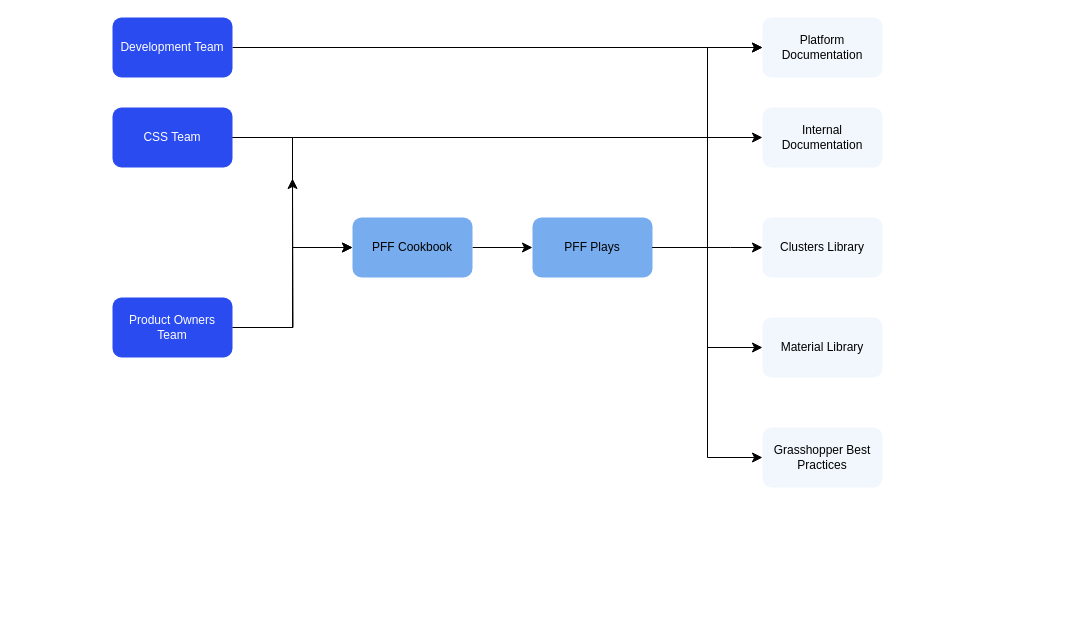
Above: Untitled Diagram.drawio in marcostolco/skills-resolve-merge-conflicts-marcos (draw.io), before the change. Source tidied: cells renumbered, new cells numbered last; positions are measured from the earlier drawing's top-left corner, leaving out a move shared by most shapes. Both pictures are drawn from the tidied source at 100%, with x=0, y=0 at pixel (112, 17).
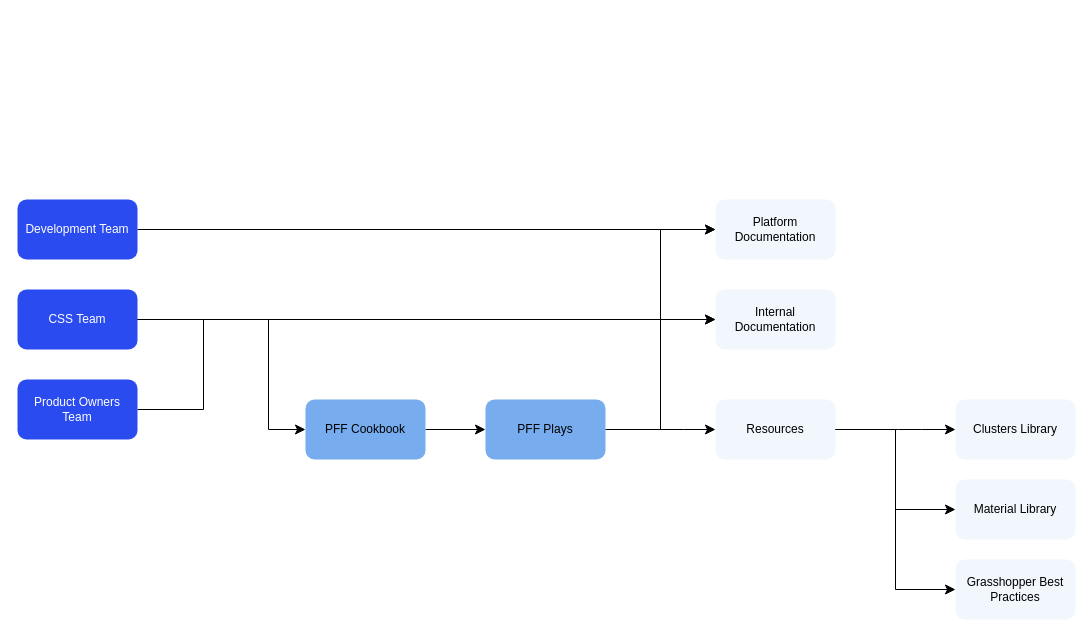
The same page after the edit.

Diff of the diagram source:
```diff
@@
-    <mxCell id="2" style="edgeStyle=orthogonalEdgeStyle;rounded=0;jettySize=auto;html=1;fontSize=12;startSize=8;endSize=8;exitX=1;exitY=0.5;exitDx=0;exitDy=0;entryX=0;entryY=0.5;entryDx=0;entryDy=0;" parent="1" edge="1" source="11" target="6">
-      <mxGeometry relative="1" as="geometry" />
-    </mxCell>
@@
     <mxCell id="4" value="Development Team" style="rounded=1;whiteSpace=wrap;html=1;fillColor=#2A4BF0;fontColor=#ffffff;strokeColor=none;" parent="1" vertex="1">
-      <mxGeometry width="120" height="60" as="geometry" />
+      <mxGeometry x="-95" y="182" width="120" height="60" as="geometry" />
     </mxCell>
@@
     <mxCell id="6" value="PFF Cookbook" style="whiteSpace=wrap;html=1;rounded=1;fillColor=#77ADEE;strokeColor=none;" parent="1" vertex="1">
-      <mxGeometry x="240" y="200" width="120" height="60" as="geometry" />
+      <mxGeometry x="193" y="382" width="120" height="60" as="geometry" />
     </mxCell>
     <mxCell id="7" value="Material Library" style="whiteSpace=wrap;html=1;rounded=1;fillColor=#F1F7FD;strokeColor=none;" parent="1" vertex="1">
-      <mxGeometry x="650" y="300" width="120" height="60" as="geometry" />
+      <mxGeometry x="843" y="462" width="120" height="60" as="geometry" />
     </mxCell>
     <mxCell id="8" style="edgeStyle=orthogonalEdgeStyle;rounded=0;jettySize=auto;html=1;fontSize=12;startSize=8;endSize=8;entryX=0;entryY=0.5;entryDx=0;entryDy=0;exitX=1;exitY=0.5;exitDx=0;exitDy=0;" parent="1" edge="1" source="9" target="17">
       <mxGeometry relative="1" as="geometry">
         <Array as="points">
-          <mxPoint x="180" y="120" />
-          <mxPoint x="180" y="120" />
+          <mxPoint x="200" y="302" />
+          <mxPoint x="200" y="302" />
         </Array>
       </mxGeometry>
     </mxCell>
     <mxCell id="9" value="CSS Team" style="rounded=1;whiteSpace=wrap;html=1;fillColor=#2A4BF0;fontColor=#ffffff;strokeColor=none;" parent="1" vertex="1">
-      <mxGeometry y="90" width="120" height="60" as="geometry" />
+      <mxGeometry x="-95" y="272" width="120" height="60" as="geometry" />
     </mxCell>
-    <mxCell id="10" style="edgeStyle=orthogonalEdgeStyle;rounded=0;jettySize=auto;html=1;exitX=1;exitY=0.5;exitDx=0;exitDy=0;fontSize=12;startSize=8;endSize=8;" parent="1" edge="1" source="11">
-      <mxGeometry relative="1" as="geometry">
-        <mxPoint x="180" y="161" as="targetPoint" />
-      </mxGeometry>
-    </mxCell>
+    <mxCell id="22" style="edgeStyle=orthogonalEdgeStyle;rounded=0;jettySize=auto;html=1;exitX=1;exitY=0.5;exitDx=0;exitDy=0;fontSize=12;startSize=8;endSize=8;entryX=0;entryY=0.5;entryDx=0;entryDy=0;" parent="1" edge="1" source="11" target="17">
+      <mxGeometry relative="1" as="geometry">
+        <Array as="points">
+          <mxPoint x="91" y="392" />
+          <mxPoint x="91" y="302" />
+        </Array>
+      </mxGeometry>
+    </mxCell>
     <mxCell id="11" value="Product Owners Team" style="rounded=1;whiteSpace=wrap;html=1;fillColor=#2A4BF0;fontColor=#ffffff;strokeColor=none;" parent="1" vertex="1">
-      <mxGeometry y="280" width="120" height="60" as="geometry" />
+      <mxGeometry x="-95" y="362" width="120" height="60" as="geometry" />
     </mxCell>
     <mxCell id="12" style="edgeStyle=orthogonalEdgeStyle;rounded=0;jettySize=auto;html=1;fontSize=12;startSize=8;endSize=8;exitX=1;exitY=0.5;exitDx=0;exitDy=0;entryX=0;entryY=0.5;entryDx=0;entryDy=0;" parent="1" edge="1" source="9" target="6">
-      <mxGeometry relative="1" as="geometry" />
+      <mxGeometry relative="1" as="geometry">
+        <Array as="points">
+          <mxPoint x="156" y="302" />
+          <mxPoint x="156" y="412" />
+        </Array>
+      </mxGeometry>
     </mxCell>
-    <mxCell id="13" style="edgeStyle=none;curved=1;rounded=0;jettySize=auto;html=1;fontSize=12;startSize=8;endSize=8;" parent="1" edge="1" source="15" target="18">
-      <mxGeometry relative="1" as="geometry" />
-    </mxCell>
+    <mxCell id="23" style="edgeStyle=none;curved=1;rounded=0;jettySize=auto;html=1;fontSize=12;startSize=8;endSize=8;" parent="1" edge="1" source="15" target="25">
+      <mxGeometry relative="1" as="geometry" />
+    </mxCell>
@@
     <mxCell id="15" value="PFF Plays" style="whiteSpace=wrap;html=1;fillColor=#77ADEE;strokeColor=none;rounded=1;" parent="1" vertex="1">
-      <mxGeometry x="420" y="200" width="120" height="60" as="geometry" />
+      <mxGeometry x="373" y="382" width="120" height="60" as="geometry" />
     </mxCell>
     <mxCell id="16" value="Platform Documentation" style="whiteSpace=wrap;html=1;rounded=1;fillColor=#F1F7FD;strokeColor=none;" parent="1" vertex="1">
-      <mxGeometry x="650" width="120" height="60" as="geometry" />
+      <mxGeometry x="603" y="182" width="120" height="60" as="geometry" />
     </mxCell>
     <mxCell id="17" value="Internal Documentation" style="whiteSpace=wrap;html=1;rounded=1;fillColor=#F1F7FD;strokeColor=none;" parent="1" vertex="1">
-      <mxGeometry x="650" y="90" width="120" height="60" as="geometry" />
+      <mxGeometry x="603" y="272" width="120" height="60" as="geometry" />
     </mxCell>
+    <mxCell id="24" style="edgeStyle=none;curved=1;rounded=0;jettySize=auto;html=1;fontSize=12;startSize=8;endSize=8;" parent="1" edge="1" source="25" target="18">
+      <mxGeometry relative="1" as="geometry" />
+    </mxCell>
+    <mxCell id="25" value="Resources" style="whiteSpace=wrap;html=1;rounded=1;fillColor=#F1F7FD;strokeColor=none;" parent="1" vertex="1">
+      <mxGeometry x="603" y="382" width="120" height="60" as="geometry" />
+    </mxCell>
+    <mxCell id="19" value="Grasshopper Best Practices" style="whiteSpace=wrap;html=1;rounded=1;fillColor=#F1F7FD;strokeColor=none;" parent="1" vertex="1">
+      <mxGeometry x="843" y="542" width="120" height="60" as="geometry" />
+    </mxCell>
+    <mxCell id="26" style="edgeStyle=orthogonalEdgeStyle;rounded=0;jettySize=auto;html=1;entryX=0;entryY=0.5;entryDx=0;entryDy=0;fontSize=12;startSize=8;endSize=8;exitX=1;exitY=0.5;exitDx=0;exitDy=0;" parent="1" edge="1" source="25" target="7">
+      <mxGeometry relative="1" as="geometry" />
+    </mxCell>
+    <mxCell id="27" style="edgeStyle=orthogonalEdgeStyle;rounded=0;jettySize=auto;html=1;fontSize=12;startSize=8;endSize=8;entryX=0;entryY=0.5;entryDx=0;entryDy=0;exitX=1;exitY=0.5;exitDx=0;exitDy=0;" parent="1" edge="1" source="25" target="19">
+      <mxGeometry relative="1" as="geometry" />
+    </mxCell>
     <mxCell id="18" value="Clusters Library" style="whiteSpace=wrap;html=1;rounded=1;fillColor=#F1F7FD;strokeColor=none;" parent="1" vertex="1">
-      <mxGeometry x="650" y="200" width="120" height="60" as="geometry" />
+      <mxGeometry x="843" y="382" width="120" height="60" as="geometry" />
     </mxCell>
-    <mxCell id="19" value="Grasshopper Best Practices" style="whiteSpace=wrap;html=1;rounded=1;fillColor=#F1F7FD;strokeColor=none;" parent="1" vertex="1">
-      <mxGeometry x="650" y="410" width="120" height="60" as="geometry" />
-    </mxCell>
-    <mxCell id="20" style="edgeStyle=orthogonalEdgeStyle;rounded=0;jettySize=auto;html=1;entryX=0;entryY=0.5;entryDx=0;entryDy=0;fontSize=12;startSize=8;endSize=8;" parent="1" edge="1" source="15" target="7">
-      <mxGeometry relative="1" as="geometry" />
-    </mxCell>
-    <mxCell id="21" style="edgeStyle=orthogonalEdgeStyle;rounded=0;jettySize=auto;html=1;fontSize=12;startSize=8;endSize=8;entryX=0;entryY=0.5;entryDx=0;entryDy=0;" parent="1" edge="1" source="15" target="19">
-      <mxGeometry relative="1" as="geometry" />
-    </mxCell>
```
